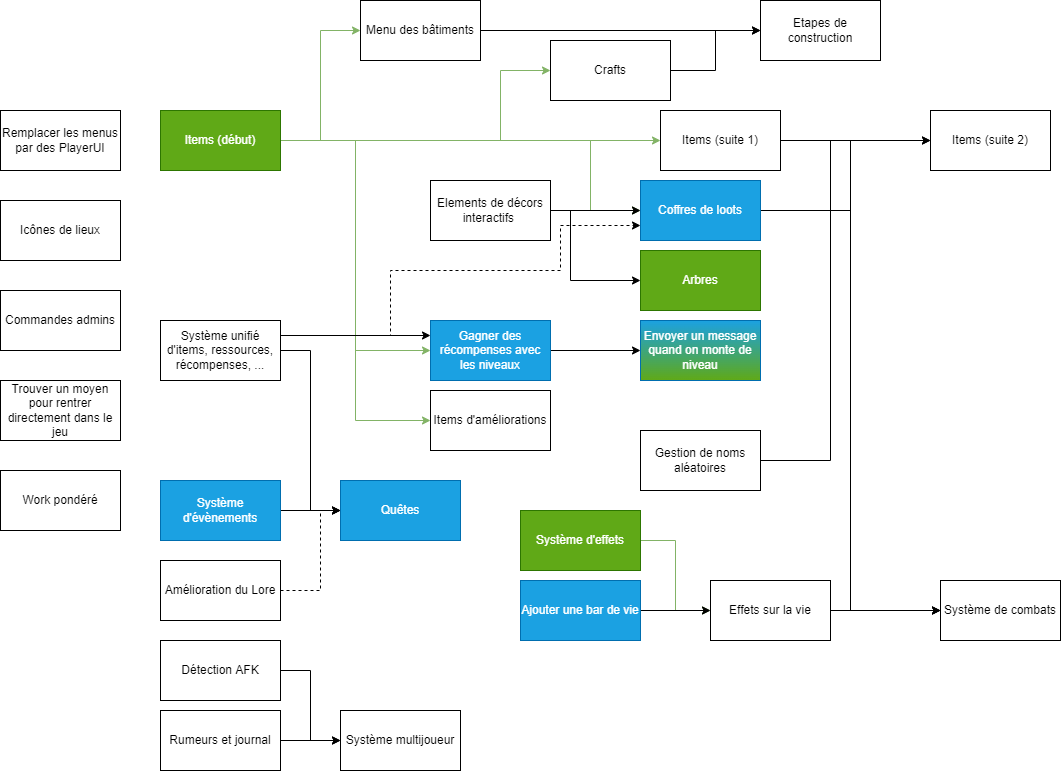
The draw.io diagram todo_graph.png in Alexiscomete/A-Discord-Adventure, before a commit. Source tidied: cells renumbered, new cells last; positions are measured from the earlier drawing's top-left corner, leaving out a move shared by most shapes.
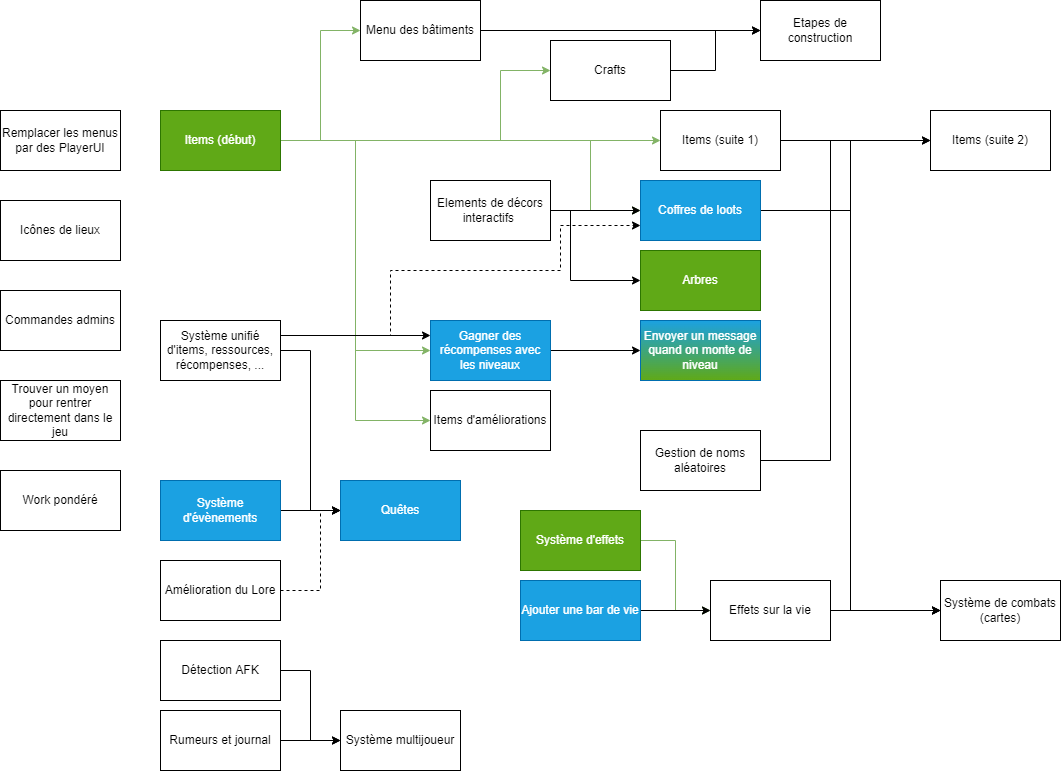
The same diagram one commit later.

Diff of the diagram source:
```diff
@@ -146,7 +146,7 @@
     <mxCell id="39" value="Trouver un moyen pour rentrer directement dans le jeu" style="whiteSpace=wrap;html=1;" parent="1" vertex="1">
       <mxGeometry y="380" width="120" height="60" as="geometry" />
     </mxCell>
-    <mxCell id="40" value="Système de combats" style="whiteSpace=wrap;html=1;" parent="1" vertex="1">
+    <mxCell id="40" value="Système de combats (cartes)" style="whiteSpace=wrap;html=1;" parent="1" vertex="1">
       <mxGeometry x="940" y="580" width="120" height="60" as="geometry" />
     </mxCell>
     <mxCell id="41" value="Items d'améliorations" style="whiteSpace=wrap;html=1;" parent="1" vertex="1">
```
